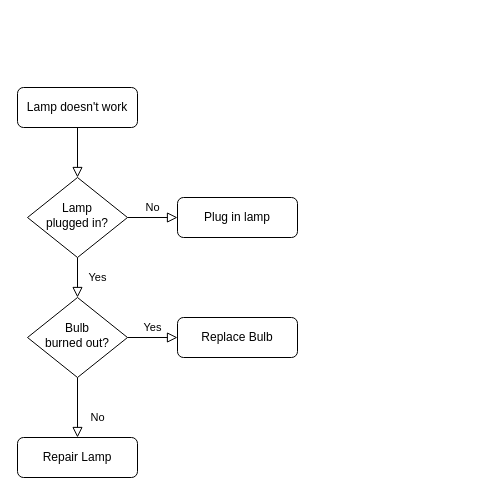
Before: Untitled Diagram.drawio in quirkless701/Hello-world, a draw.io diagram. Source tidied: cells renumbered, new cells numbered last; positions are measured from the earlier drawing's top-left corner, leaving out a move shared by most shapes. Both pictures are drawn from the tidied source at 100%, with x=0, y=0 at pixel (17, 87).
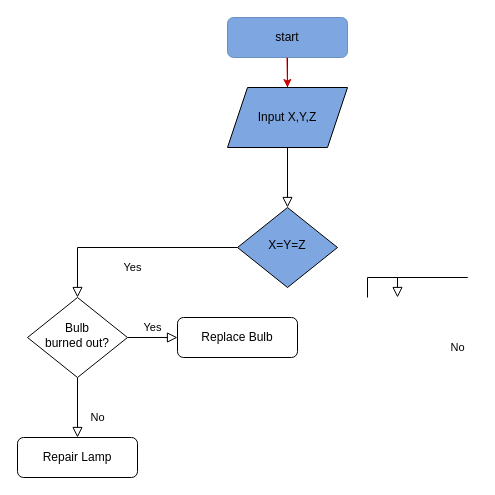
The same page after the edit.

The edit, as a diff of the source:
```diff
@@
 <mxGraphModel>
   <root>
     <mxCell id="0" />
     <mxCell id="1" parent="0" />
     <mxCell id="2" style="rounded=0;html=1;jettySize=auto;fontSize=11;endArrow=block;endFill=0;endSize=8;strokeWidth=1;shadow=0;labelBackgroundColor=none;edgeStyle=orthogonalEdgeStyle;" parent="1" edge="1" source="3" target="6">
       <mxGeometry relative="1" as="geometry" />
     </mxCell>
-    <mxCell id="3" value="Lamp doesn't work" style="rounded=1;whiteSpace=wrap;html=1;fontSize=12;glass=0;strokeWidth=1;shadow=0;" parent="1" vertex="1">
-      <mxGeometry width="120" height="40" as="geometry" />
+    <mxCell id="3" value="start" style="rounded=1;whiteSpace=wrap;html=1;fontSize=12;glass=0;strokeWidth=1;shadow=0;strokeColor=#6c8ebf;fillColor=#7EA6E0;" parent="1" vertex="1">
+      <mxGeometry x="210" y="-70" width="120" height="40" as="geometry" />
     </mxCell>
     <mxCell id="4" value="Yes" style="rounded=0;html=1;jettySize=auto;fontSize=11;endArrow=block;endFill=0;endSize=8;strokeWidth=1;shadow=0;labelBackgroundColor=none;edgeStyle=orthogonalEdgeStyle;" parent="1" edge="1" source="6" target="10">
       <mxGeometry y="20" relative="1" as="geometry" />
     </mxCell>
-    <mxCell id="5" value="No" style="edgeStyle=orthogonalEdgeStyle;rounded=0;html=1;jettySize=auto;fontSize=11;endArrow=block;endFill=0;endSize=8;strokeWidth=1;shadow=0;labelBackgroundColor=none;" parent="1" edge="1" source="6" target="7">
-      <mxGeometry y="10" relative="1" as="geometry" />
+    <mxCell id="5" value="No" style="edgeStyle=orthogonalEdgeStyle;rounded=0;html=1;jettySize=auto;orthogonalLoop=1;fontSize=11;endArrow=block;endFill=0;endSize=8;strokeWidth=1;shadow=0;labelBackgroundColor=none;" parent="1" edge="1">
+      <mxGeometry x="-1" y="-103" relative="1" as="geometry">
+        <mxPoint x="350" y="210" as="sourcePoint" />
+        <mxPoint x="380" y="210" as="targetPoint" />
+        <Array as="points">
+          <mxPoint x="450" y="190" />
+          <mxPoint x="450" y="190" />
+        </Array>
+        <mxPoint x="-13" y="50" as="offset" />
+      </mxGeometry>
     </mxCell>
-    <mxCell id="6" value="Lamp&lt;br&gt;plugged in?" style="rhombus;whiteSpace=wrap;html=1;shadow=0;fontFamily=Helvetica;fontSize=12;align=center;strokeWidth=1;spacing=6;spacingTop=-4;" parent="1" vertex="1">
-      <mxGeometry x="10" y="90" width="100" height="80" as="geometry" />
+    <mxCell id="6" value="X=Y=Z" style="rhombus;whiteSpace=wrap;html=1;shadow=0;fontFamily=Helvetica;fontSize=12;align=center;strokeWidth=1;spacing=6;spacingTop=-4;fillColor=#7EA6E0;" parent="1" vertex="1">
+      <mxGeometry x="220" y="120" width="100" height="80" as="geometry" />
     </mxCell>
-    <mxCell id="7" value="Plug in lamp" style="rounded=1;whiteSpace=wrap;html=1;fontSize=12;glass=0;strokeWidth=1;shadow=0;" parent="1" vertex="1">
-      <mxGeometry x="160" y="110" width="120" height="40" as="geometry" />
-    </mxCell>
     <mxCell id="8" value="No" style="rounded=0;html=1;jettySize=auto;fontSize=11;endArrow=block;endFill=0;endSize=8;strokeWidth=1;shadow=0;labelBackgroundColor=none;edgeStyle=orthogonalEdgeStyle;" parent="1" edge="1" source="10" target="11">
       <mxGeometry x="0.33" y="20" relative="1" as="geometry" />
     </mxCell>
     <mxCell id="9" value="Yes" style="edgeStyle=orthogonalEdgeStyle;rounded=0;html=1;jettySize=auto;fontSize=11;endArrow=block;endFill=0;endSize=8;strokeWidth=1;shadow=0;labelBackgroundColor=none;" parent="1" edge="1" source="10" target="12">
       <mxGeometry y="10" relative="1" as="geometry" />
     </mxCell>
     <mxCell id="10" value="Bulb&lt;br&gt;burned out?" style="rhombus;whiteSpace=wrap;html=1;shadow=0;fontFamily=Helvetica;fontSize=12;align=center;strokeWidth=1;spacing=6;spacingTop=-4;" parent="1" vertex="1">
       <mxGeometry x="10" y="210" width="100" height="80" as="geometry" />
     </mxCell>
     <mxCell id="11" value="Repair Lamp" style="rounded=1;whiteSpace=wrap;html=1;fontSize=12;glass=0;strokeWidth=1;shadow=0;" parent="1" vertex="1">
       <mxGeometry y="350" width="120" height="40" as="geometry" />
     </mxCell>
     <mxCell id="12" value="Replace Bulb" style="rounded=1;whiteSpace=wrap;html=1;fontSize=12;glass=0;strokeWidth=1;shadow=0;" parent="1" vertex="1">
       <mxGeometry x="160" y="230" width="120" height="40" as="geometry" />
     </mxCell>
+    <mxCell id="13" value="Input X,Y,Z" style="shape=parallelogram;perimeter=parallelogramPerimeter;whiteSpace=wrap;html=1;fixedSize=1;fillColor=#7EA6E0;" parent="1" vertex="1">
+      <mxGeometry x="210" width="120" height="60" as="geometry" />
+    </mxCell>
+    <mxCell id="14" style="endArrow=classic;html=1;fontColor=#000000;strokeColor=#CC0000;" parent="1" edge="1">
+      <mxGeometry relative="1" as="geometry">
+        <mxPoint x="269.5" y="-30" as="sourcePoint" />
+        <mxPoint x="270" as="targetPoint" />
+      </mxGeometry>
+    </mxCell>
   </root>
 </mxGraphModel>
```
